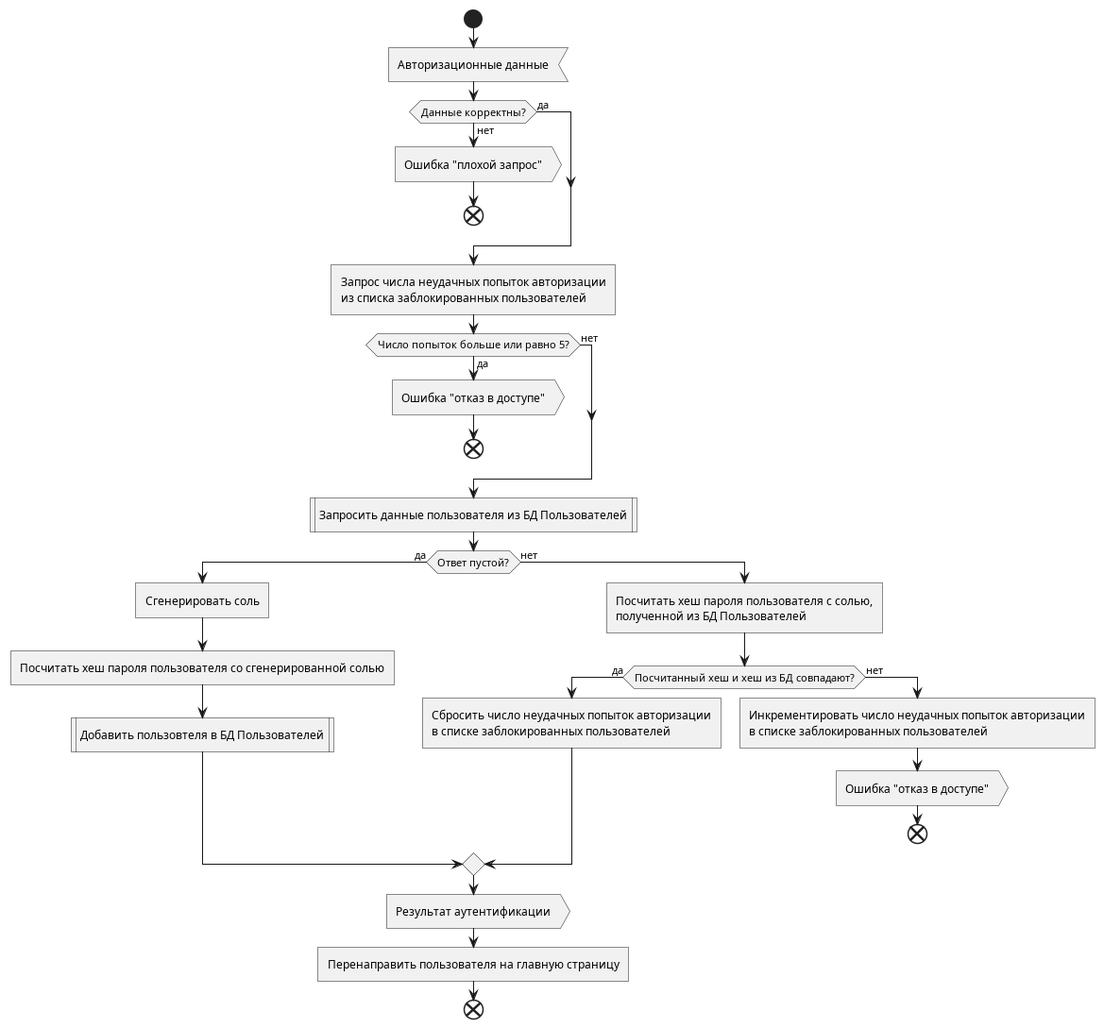
The PlantUML diagram docs/diagrams/img/activity/User.WebApp/User sign up-in.png in mrypdm/JobSystem, before a commit.
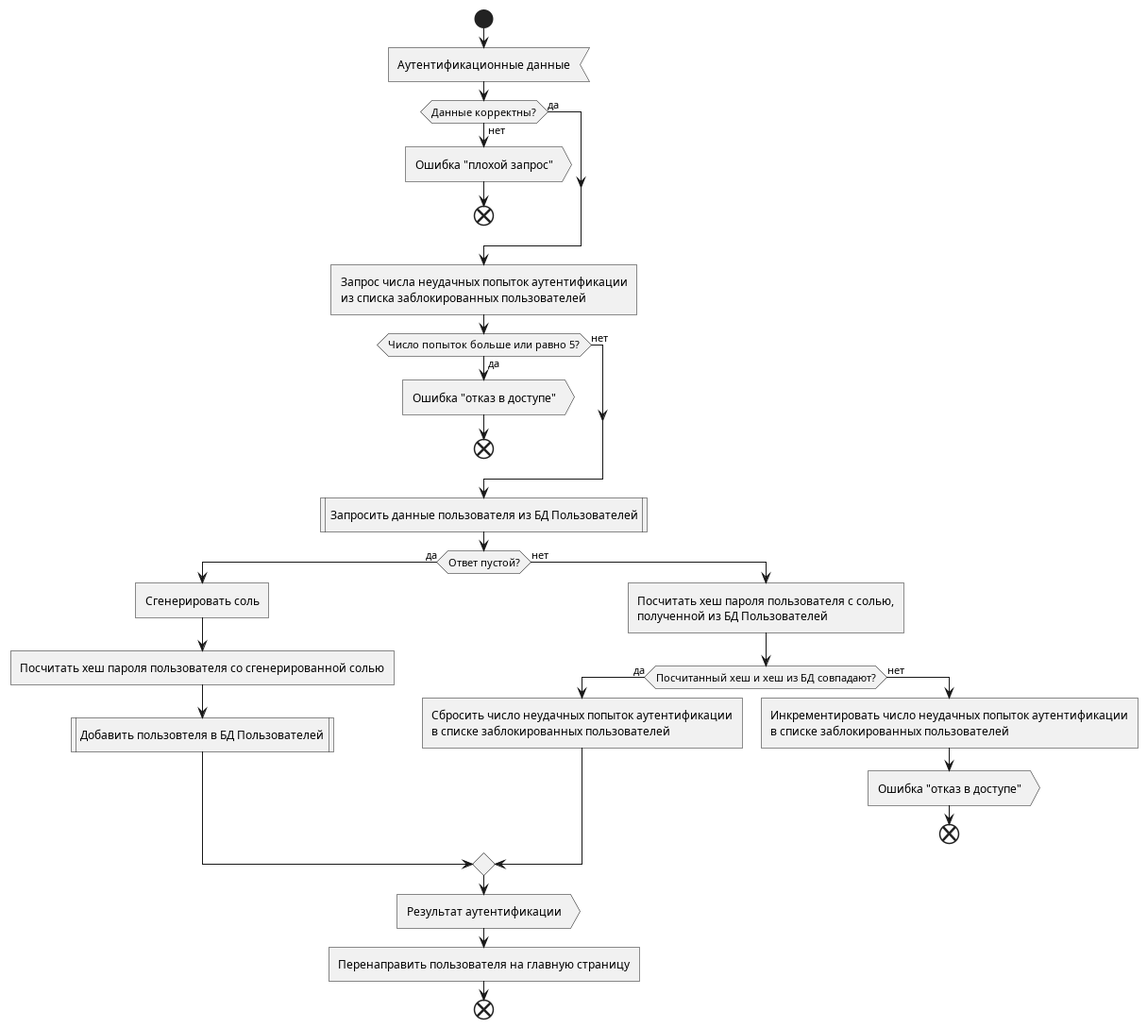
Later version of the same file.

The edit, as a diff of the source:
```diff
@@ -2,7 +2,7 @@
 
 start
 
-:Авторизационные данные<
+:Аутентификационные данные<
 
 if (Данные корректны?) then (нет)
     :Ошибка "плохой запрос">
@@ -10,7 +10,7 @@
 else (да)
 endif
 
-:Запрос числа неудачных попыток авторизации
+:Запрос числа неудачных попыток аутентификации
 из списка заблокированных пользователей]
 
 if (Число попыток больше или равно 5?) then (да)
@@ -28,10 +28,10 @@
     :Посчитать хеш пароля пользователя с солью,
     полученной из БД Пользователей]
     if (Посчитанный хеш и хеш из БД совпадают?) then (да)
-        :Сбросить число неудачных попыток авторизации
+        :Сбросить число неудачных попыток аутентификации
         в списке заблокированных пользователей]
     else (нет)
-        :Инкрементировать число неудачных попыток авторизации
+        :Инкрементировать число неудачных попыток аутентификации
         в списке заблокированных пользователей]
         :Ошибка "отказ в доступе">
         end
```
